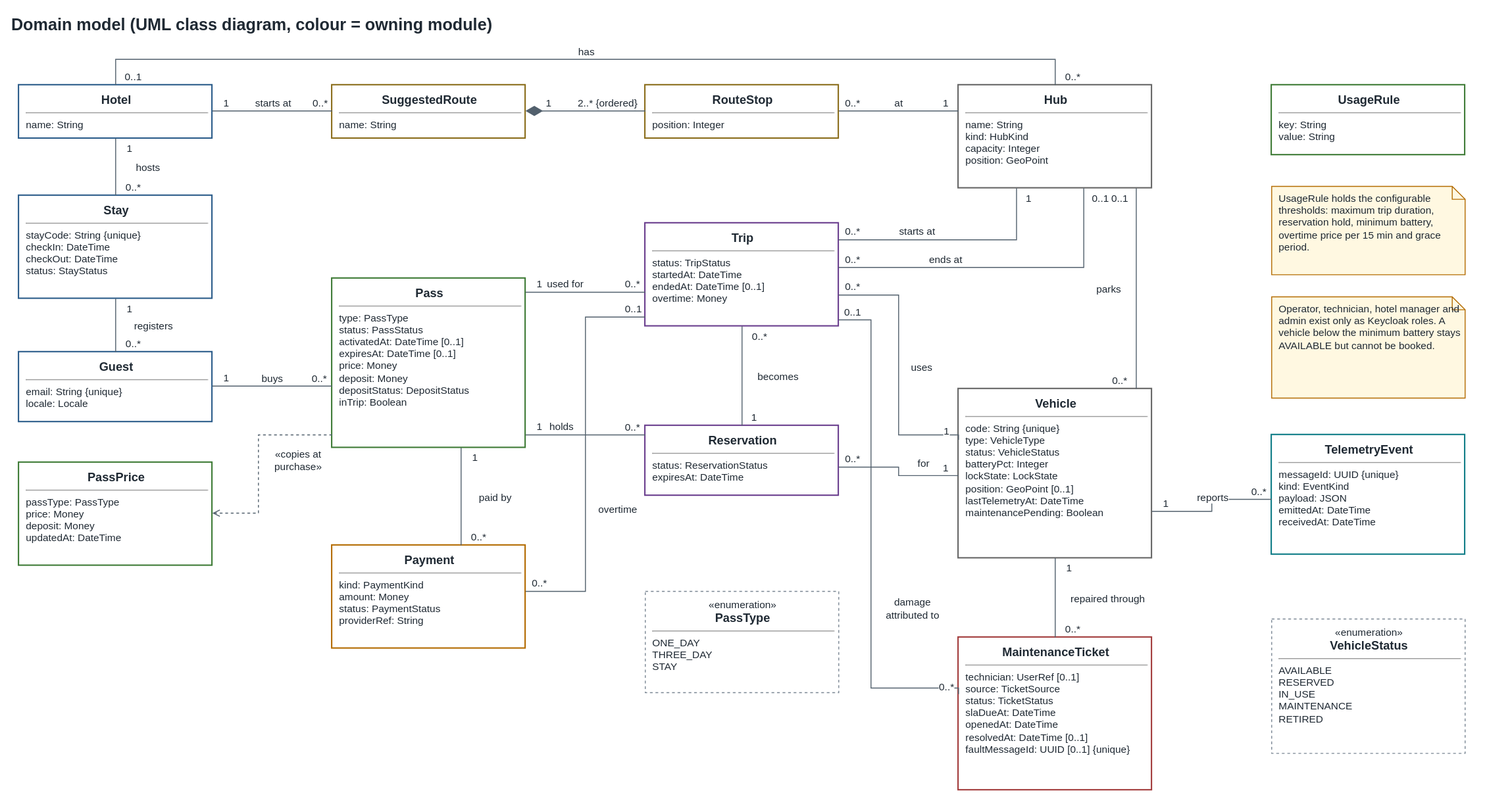
This is docs/architecture/diagrams/10-domain-model.drawio.svg from TQS-RiaRide/RIARide, a draw.io export, as it was before one commit. Source tidied: cells renumbered, new cells last; positions are measured from the earlier drawing's top-left corner, leaving out a move shared by most shapes.
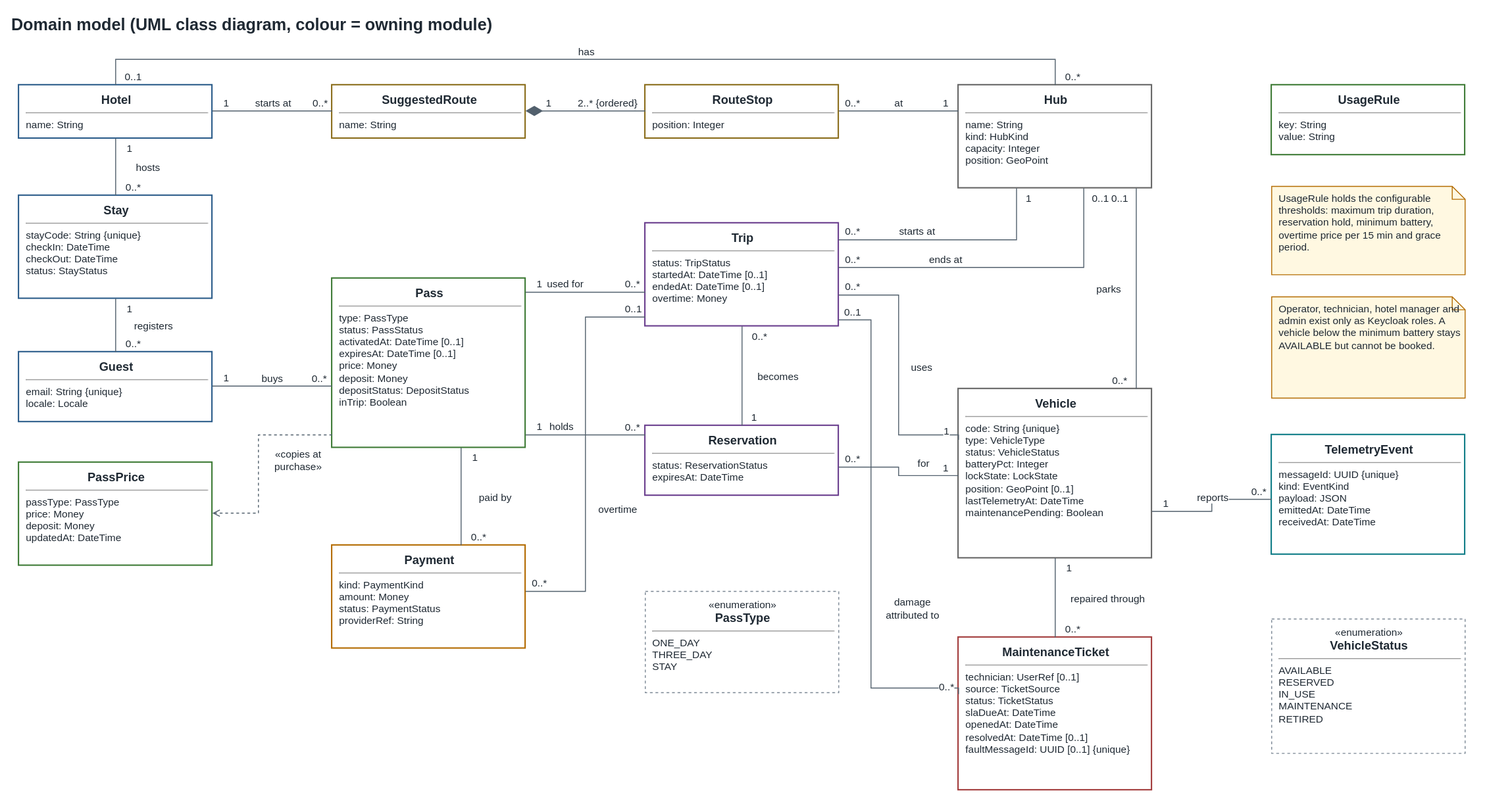
After the commit.

Commit message:
docs: RIA-22 make Trip.startedAt optional

A trip that is STARTING or FAILED has not started, so startedAt is set only when telemetry confirms the unlock.

The edit, as a diff of the source:
```diff
@@ -29,7 +29,7 @@
     <mxCell id="10" value="&lt;div style='width:196px;text-align:center;font-size:13px'&gt;&lt;b&gt;RouteStop&lt;/b&gt;&lt;/div&gt;&lt;hr size='1' style='width:196px'&gt;position: Integer" style="html=1;whiteSpace=wrap;fontFamily=Helvetica;fontColor=#1F2933;rounded=0;align=left;verticalAlign=top;spacingLeft=6;spacingRight=6;spacingTop=2;fontSize=11;fillColor=#FFFFFF;strokeColor=#8A6D1B;strokeWidth=1.5;" parent="1" vertex="1">
       <mxGeometry x="690" y="82" width="210" height="58" as="geometry" />
     </mxCell>
-    <mxCell id="11" value="&lt;div style='width:196px;text-align:center;font-size:13px'&gt;&lt;b&gt;Trip&lt;/b&gt;&lt;/div&gt;&lt;hr size='1' style='width:196px'&gt;status: TripStatus&lt;br&gt;startedAt: DateTime&lt;br&gt;endedAt: DateTime [0..1]&lt;br&gt;overtime: Money" style="html=1;whiteSpace=wrap;fontFamily=Helvetica;fontColor=#1F2933;rounded=0;align=left;verticalAlign=top;spacingLeft=6;spacingRight=6;spacingTop=2;fontSize=11;fillColor=#FFFFFF;strokeColor=#6A3E8E;strokeWidth=1.5;" parent="1" vertex="1">
+    <mxCell id="11" value="&lt;div style='width:196px;text-align:center;font-size:13px'&gt;&lt;b&gt;Trip&lt;/b&gt;&lt;/div&gt;&lt;hr size='1' style='width:196px'&gt;status: TripStatus&lt;br&gt;startedAt: DateTime [0..1]&lt;br&gt;endedAt: DateTime [0..1]&lt;br&gt;overtime: Money" style="html=1;whiteSpace=wrap;fontFamily=Helvetica;fontColor=#1F2933;rounded=0;align=left;verticalAlign=top;spacingLeft=6;spacingRight=6;spacingTop=2;fontSize=11;fillColor=#FFFFFF;strokeColor=#6A3E8E;strokeWidth=1.5;" parent="1" vertex="1">
       <mxGeometry x="690" y="232" width="210" height="112" as="geometry" />
     </mxCell>
     <mxCell id="12" value="&lt;div style='width:196px;text-align:center;font-size:13px'&gt;&lt;b&gt;Reservation&lt;/b&gt;&lt;/div&gt;&lt;hr size='1' style='width:196px'&gt;status: ReservationStatus&lt;br&gt;expiresAt: DateTime" style="html=1;whiteSpace=wrap;fontFamily=Helvetica;fontColor=#1F2933;rounded=0;align=left;verticalAlign=top;spacingLeft=6;spacingRight=6;spacingTop=2;fontSize=11;fillColor=#FFFFFF;strokeColor=#6A3E8E;strokeWidth=1.5;" parent="1" vertex="1">
```
